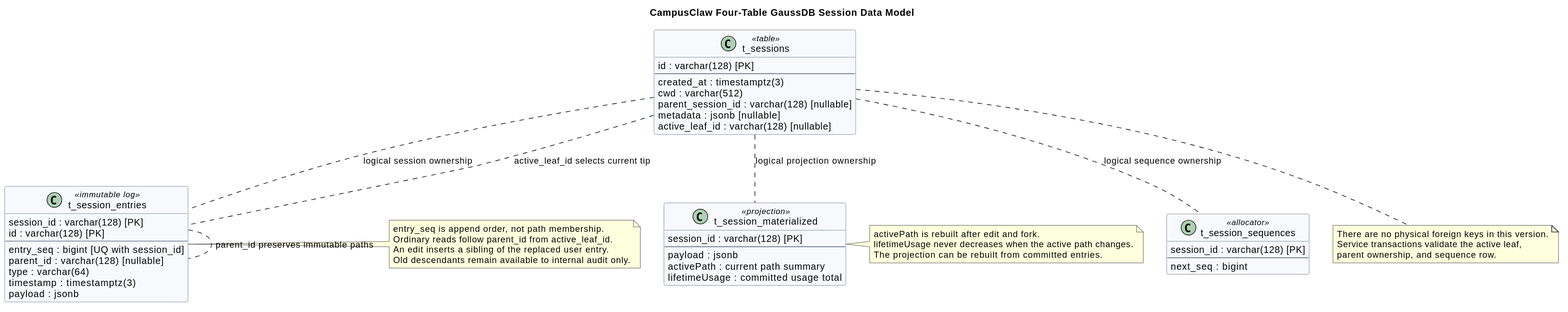
Above: diagrams/memory/memory-data-model.svg in ssm0808/pi-mono-java-design (PlantUML), before the change.
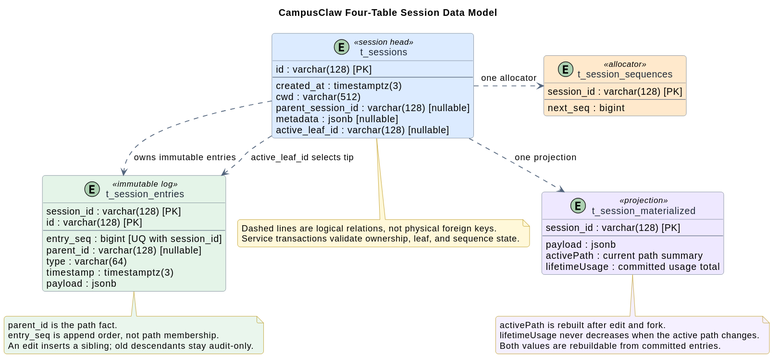
Later version of the same file.

Commit message:
docs(memory): improve session diagram readability

Diff of the diagram source:
```diff
@@ -1,15 +1,22 @@
 @startuml
-title CampusClaw Four-Table GaussDB Session Data Model
+!pragma layout smetana
+title CampusClaw Four-Table Session Data Model
 top to bottom direction
 
 skinparam backgroundColor #FFFFFF
 skinparam shadowing false
+skinparam roundcorner 8
 skinparam classAttributeIconSize 0
-skinparam classBorderColor #53657D
-skinparam classBackgroundColor #F7F9FC
+skinparam classBorderColor #697789
+skinparam classFontColor #1F2937
+skinparam defaultTextAlignment left
+skinparam ArrowColor #53657D
+skinparam ArrowThickness 1.2
+skinparam NoteBorderColor #B58B00
+skinparam NoteBackgroundColor #FFF8D9
 
 
-class "t_sessions" as sessions <<table>> {
+entity "t_sessions" as sessions <<session head>> #DCEBFF {
   id : varchar(128) [PK]
   --
   created_at : timestamptz(3)
@@ -19,7 +26,13 @@
   active_leaf_id : varchar(128) [nullable]
 }
 
-class "t_session_entries" as entries <<immutable log>> {
+entity "t_session_sequences" as sequences <<allocator>> #FFE9CC {
+  session_id : varchar(128) [PK]
+  --
+  next_seq : bigint
+}
+
+entity "t_session_entries" as entries <<immutable log>> #E4F4E8 {
   session_id : varchar(128) [PK]
   id : varchar(128) [PK]
   --
@@ -30,13 +43,7 @@
   payload : jsonb
 }
 
-class "t_session_sequences" as sequences <<allocator>> {
-  session_id : varchar(128) [PK]
-  --
-  next_seq : bigint
-}
-
-class "t_session_materialized" as materialized <<projection>> {
+entity "t_session_materialized" as materialized <<projection>> #EEE8FF {
   session_id : varchar(128) [PK]
   --
   payload : jsonb
@@ -44,28 +51,30 @@
   lifetimeUsage : committed usage total
 }
 
-sessions .. entries : logical session ownership
-sessions .. entries : active_leaf_id selects current tip
-entries .. entries : parent_id preserves immutable paths
-sessions .. sequences : logical sequence ownership
-sessions .. materialized : logical projection ownership
+sessions -[hidden]right- sequences
+entries -[hidden]right- materialized
+sessions -[hidden]down- entries
+sequences -[hidden]down- materialized
 
-note right of entries
+sessions ..> entries : owns immutable entries
+sessions ..> entries : active_leaf_id selects tip
+sessions ..> sequences : one allocator
+sessions ..> materialized : one projection
+
+note bottom of entries #EAF6ED
+parent_id is the path fact.
 entry_seq is append order, not path membership.
-Ordinary reads follow parent_id from active_leaf_id.
-An edit inserts a sibling of the replaced user entry.
-Old descendants remain available to internal audit only.
+An edit inserts a sibling; old descendants stay audit-only.
 end note
 
-note right of materialized
+note bottom of materialized #F5F0FF
 activePath is rebuilt after edit and fork.
 lifetimeUsage never decreases when the active path changes.
-The projection can be rebuilt from committed entries.
+Both values are rebuildable from committed entries.
 end note
 
 note bottom of sessions
-There are no physical foreign keys in this version.
-Service transactions validate the active leaf,
-parent ownership, and sequence row.
+Dashed lines are logical relations, not physical foreign keys.
+Service transactions validate ownership, leaf, and sequence state.
 end note
 @enduml
```
